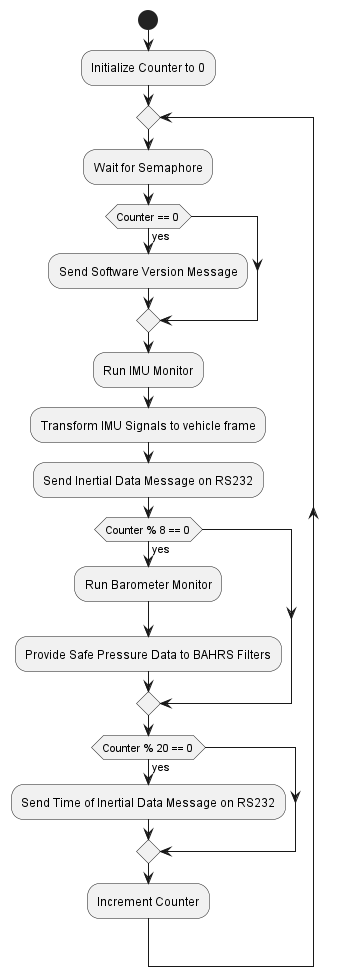
The PlantUML diagram docs/inline_umlgraph_4.png in euler-nav/bahrs-arch-docs, before a commit. Source of this version:
```plantuml
@startuml inline_umlgraph_4.png
start

:Initialize Counter to 0;

repeat
    :Wait for Semaphore;

    if (Counter == 0) then (yes)
        :Send Software Version Message;
    endif

    :Run IMU Monitor;
    :Transform IMU Signals to vehicle frame;
    :Send Inertial Data Message on RS232;

    if (Counter % 8 == 0) then (yes)
        :Run Barometer Monitor;
        :Provide Safe Pressure Data to BAHRS Filters;
    endif

    if (Counter % 20 == 0) then (yes)
        :Send Time of Inertial Data Message on RS232;
    endif

    :Increment Counter;
@enduml
```
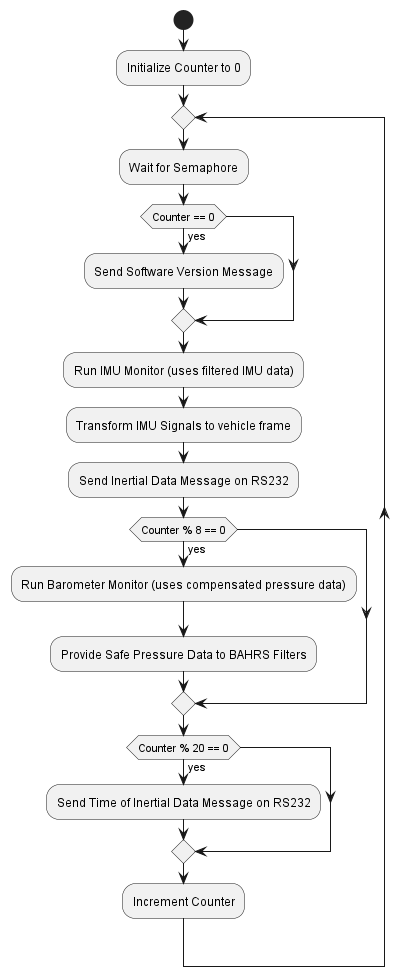
The same file after the commit.

Change to the diagram source:
```diff
@@ -10,12 +10,12 @@
         :Send Software Version Message;
     endif
 
-    :Run IMU Monitor;
+    :Run IMU Monitor (uses filtered IMU data);
     :Transform IMU Signals to vehicle frame;
     :Send Inertial Data Message on RS232;
 
     if (Counter % 8 == 0) then (yes)
-        :Run Barometer Monitor;
+        :Run Barometer Monitor (uses compensated pressure data);
         :Provide Safe Pressure Data to BAHRS Filters;
     endif
 
```
